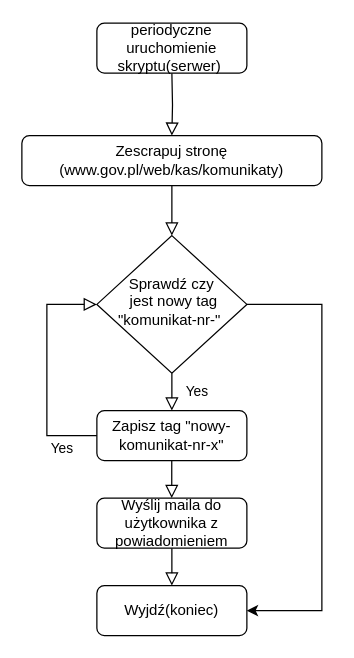
KrzysztofKulesza/iSA_GEEM keeps this draw.io diagram as Diagram bez tytułu.drawio. Above is the earlier version. Source tidied: cells renumbered, new cells numbered last; positions are measured from the earlier drawing's top-left corner, leaving out a move shared by most shapes. Both pictures are drawn from the tidied source at 125%, with x=0, y=0 at pixel (21, 22).
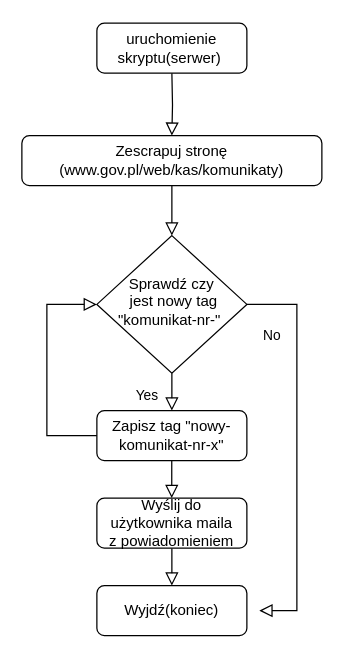
Above is the later version.

Unchanged cells that the change refers to:
```xml
<mxCell id="5" value="Sprawdź czy&lt;br&gt;&amp;nbsp;jest nowy tag &quot;komunikat-nr-&quot;&amp;nbsp;" style="rhombus;whiteSpace=wrap;html=1;shadow=0;fontFamily=Helvetica;fontSize=12;align=center;strokeWidth=1;spacing=6;spacingTop=-4;" parent="1" vertex="1">
  <mxGeometry x="60" y="170" width="120" height="110" as="geometry" />
</mxCell>
<mxCell id="8" value="Wyjdź(koniec)" style="rounded=1;whiteSpace=wrap;html=1;fontSize=12;glass=0;strokeWidth=1;shadow=0;" parent="1" vertex="1">
  <mxGeometry x="60" y="450" width="120" height="40" as="geometry" />
</mxCell>
```

The edit, as a diff of the source:
```diff
@@
-    <mxCell id="3" value="periodyczne uruchomienie skryptu(serwer)&amp;nbsp;" style="rounded=1;whiteSpace=wrap;html=1;fontSize=12;glass=0;strokeWidth=1;shadow=0;" parent="1" vertex="1">
+    <mxCell id="3" value="uruchomienie skryptu(serwer)&amp;nbsp;" style="rounded=1;whiteSpace=wrap;html=1;fontSize=12;glass=0;strokeWidth=1;shadow=0;" parent="1" vertex="1">
       <mxGeometry x="60" width="120" height="40" as="geometry" />
     </mxCell>
     <mxCell id="4" value="Yes" style="rounded=0;html=1;jettySize=auto;fontSize=11;endArrow=block;endFill=0;endSize=8;strokeWidth=1;shadow=0;labelBackgroundColor=none;edgeStyle=orthogonalEdgeStyle;" parent="1" edge="1" source="5">
-      <mxGeometry y="20" relative="1" as="geometry">
+      <mxGeometry x="0.2" y="-20" relative="1" as="geometry">
         <mxPoint x="120" y="310" as="targetPoint" />
       </mxGeometry>
     </mxCell>
@@
-    <mxCell id="7" value="Yes" style="edgeStyle=orthogonalEdgeStyle;rounded=0;html=1;jettySize=auto;fontSize=11;endArrow=block;endFill=0;endSize=8;strokeWidth=1;shadow=0;labelBackgroundColor=none;entryX=0;entryY=0.5;entryDx=0;entryDy=0;" parent="1" edge="1" target="5">
-      <mxGeometry y="10" relative="1" as="geometry">
+    <mxCell id="7" style="edgeStyle=orthogonalEdgeStyle;rounded=0;html=1;jettySize=auto;fontSize=11;endArrow=block;endFill=0;endSize=8;strokeWidth=1;shadow=0;labelBackgroundColor=none;entryX=0;entryY=0.5;entryDx=0;entryDy=0;" parent="1" edge="1" target="5">
+      <mxGeometry x="-0.05" y="10" relative="1" as="geometry">
         <mxPoint x="170" y="350" as="sourcePoint" />
         <Array as="points">
           <mxPoint x="170" y="330" />
           <mxPoint x="20" y="330" />
           <mxPoint x="20" y="225" />
         </Array>
       </mxGeometry>
     </mxCell>
@@
-    <mxCell id="12" value="Wyślij maila do użytkownika z powiadomieniem" style="rounded=1;whiteSpace=wrap;html=1;fontSize=12;glass=0;strokeWidth=1;shadow=0;" parent="1" vertex="1">
+    <mxCell id="12" value="Wyślij do użytkownika&amp;nbsp;maila&lt;br&gt;z powiadomieniem" style="rounded=1;whiteSpace=wrap;html=1;fontSize=12;glass=0;strokeWidth=1;shadow=0;" parent="1" vertex="1">
       <mxGeometry x="60" y="380" width="120" height="40" as="geometry" />
     </mxCell>
@@
-    <mxCell id="14" style="edgeStyle=orthogonalEdgeStyle;rounded=0;jettySize=auto;html=1;entryX=1;entryY=0.5;entryDx=0;entryDy=0;" parent="1" edge="1" source="5" target="8">
-      <mxGeometry relative="1" as="geometry">
-        <Array as="points">
-          <mxPoint x="240" y="225" />
-          <mxPoint x="240" y="470" />
-        </Array>
-      </mxGeometry>
-    </mxCell>
+    <mxCell id="15" value="No" style="rounded=0;html=1;jettySize=auto;fontSize=11;endArrow=block;endFill=0;endSize=8;strokeWidth=1;shadow=0;labelBackgroundColor=none;edgeStyle=orthogonalEdgeStyle;exitX=1;exitY=0.5;exitDx=0;exitDy=0;" parent="1" edge="1" source="5">
+      <mxGeometry x="-0.59" y="-20" relative="1" as="geometry">
+        <mxPoint x="190" y="470" as="targetPoint" />
+        <Array as="points">
+          <mxPoint x="220" y="225" />
+          <mxPoint x="220" y="470" />
+        </Array>
+      </mxGeometry>
+    </mxCell>
```
